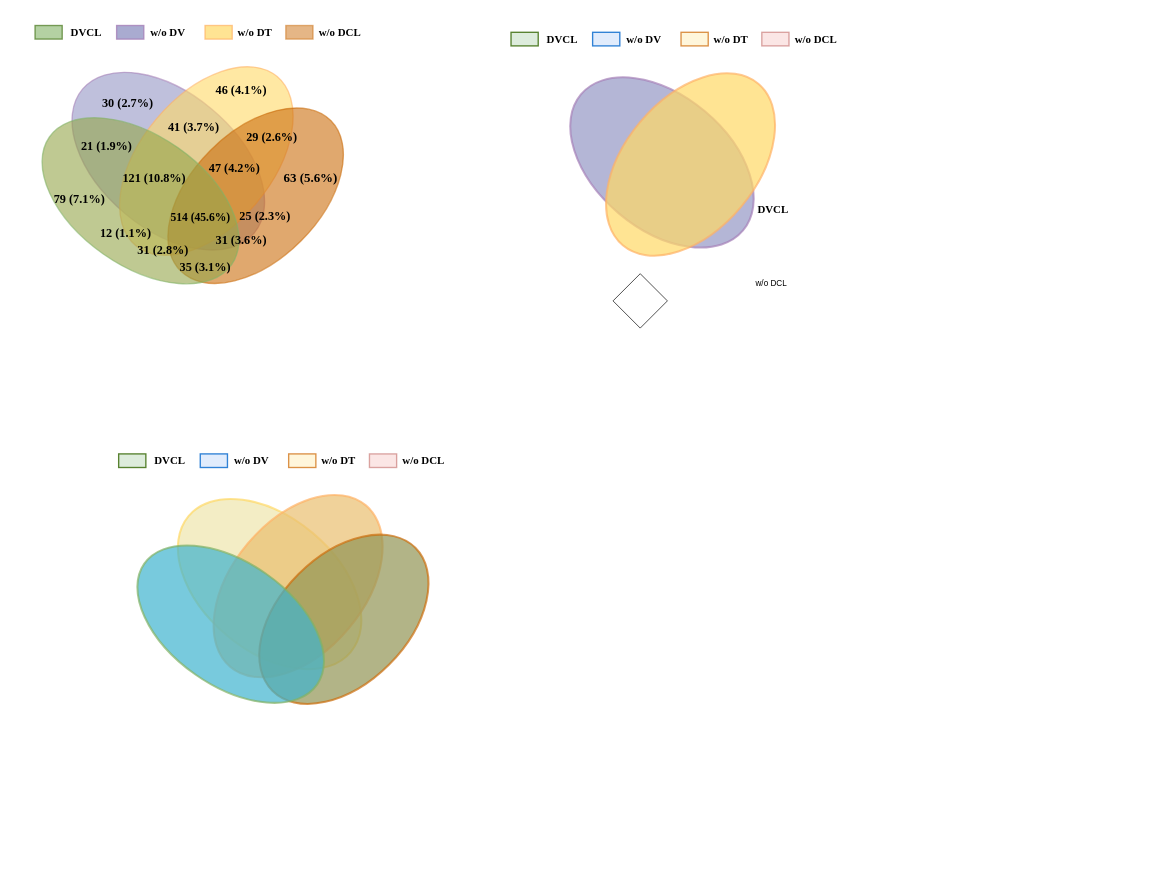
Above: 温特.drawio in yjq12/DeepKE (draw.io), before the change. Source tidied: cells renumbered, new cells numbered last; positions are measured from the earlier drawing's top-left corner, leaving out a move shared by most shapes. Both pictures are drawn from the tidied source at 68%, with x=0, y=0 at pixel (29, 22).
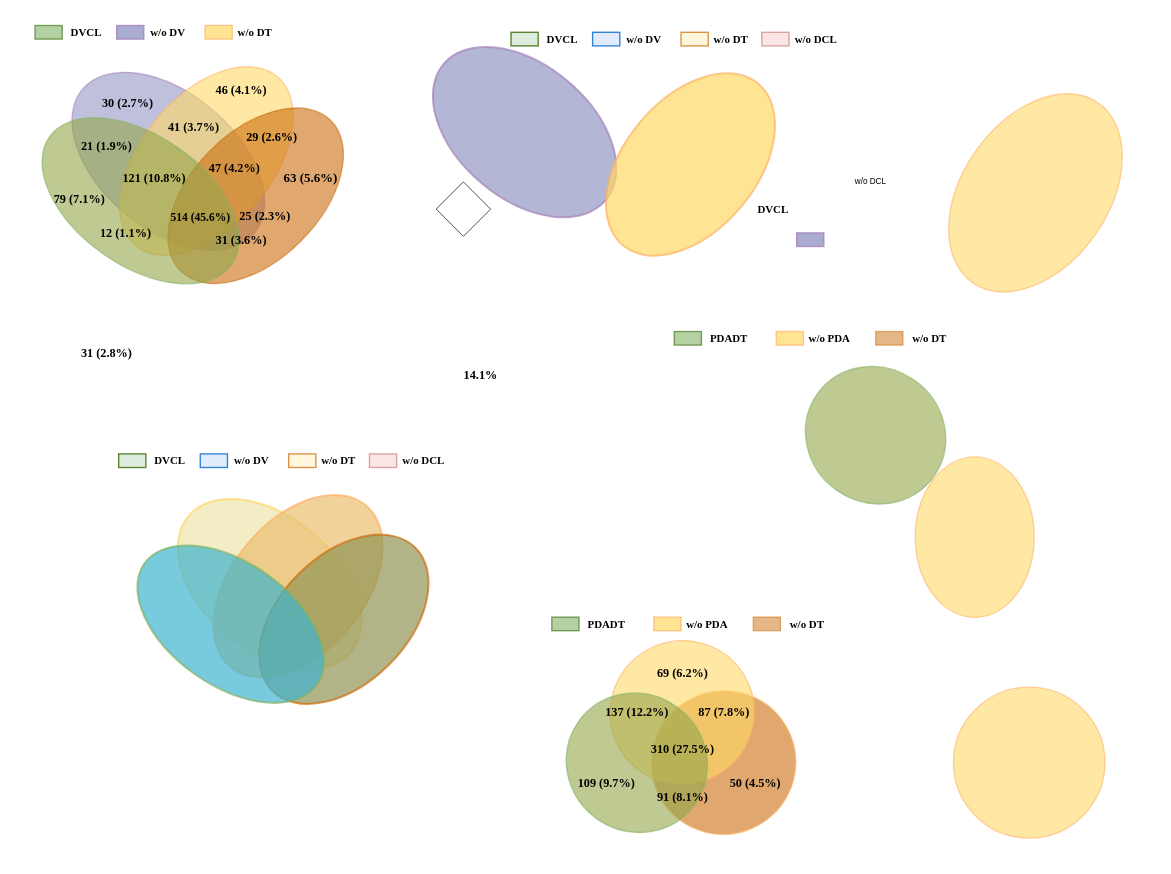
After the change.

The edit, as a diff of the source:
```diff
@@
+    <mxCell id="55" style="ellipse;whiteSpace=wrap;html=1;rotation=90;fillColor=#FFD966;strokeColor=#FFB366;opacity=60;strokeWidth=2;" parent="1" vertex="1">
+      <mxGeometry x="1359.1" y="977.6" width="221.9" height="222.8" as="geometry" />
+    </mxCell>
@@
     <mxCell id="7" style="ellipse;whiteSpace=wrap;html=1;rotation=40;fillColor=#9497C5;strokeColor=#A680B8;opacity=70;strokeWidth=3;" parent="1" vertex="1">
-      <mxGeometry x="774.4" y="108.2" width="311.2" height="196.4" as="geometry" />
+      <mxGeometry x="572.4" y="63.6" width="311.2" height="196.4" as="geometry" />
     </mxCell>
@@
     <mxCell id="30" value="w/o DCL" style="text;whiteSpace=wrap;html=1;" parent="1" vertex="1">
-      <mxGeometry x="1066" y="370" width="80" height="40" as="geometry" />
+      <mxGeometry x="1212" y="220" width="80" height="40" as="geometry" />
     </mxCell>
@@
-    <mxCell id="37" value="&lt;font size=&quot;1&quot; face=&quot;Times New Roman&quot;&gt;&lt;b style=&quot;font-size: 18px;&quot;&gt;35 (3.1%)&lt;/b&gt;&lt;/font&gt;" style="text;html=1;align=center;verticalAlign=middle;strokeColor=none;fillColor=none;" parent="1" vertex="1">
-      <mxGeometry x="208" y="341.4" width="100" height="40" as="geometry" />
-    </mxCell>
@@
     <mxCell id="44" value="&lt;font size=&quot;1&quot; face=&quot;Times New Roman&quot;&gt;&lt;b style=&quot;font-size: 18px;&quot;&gt;31 (2.8%)&lt;/b&gt;&lt;/font&gt;" style="text;html=1;align=center;verticalAlign=middle;strokeColor=none;fillColor=none;" parent="1" vertex="1">
-      <mxGeometry x="146" y="314.5" width="100" height="40" as="geometry" />
+      <mxGeometry x="63" y="467" width="100" height="40" as="geometry" />
     </mxCell>
@@
     <mxCell id="46" style="rhombus;whiteSpace=wrap;html=1;" parent="1" vertex="1">
-      <mxGeometry x="858" y="370" width="80" height="80" as="geometry" />
+      <mxGeometry x="598" y="235" width="80" height="80" as="geometry" />
     </mxCell>
@@
+    <mxCell id="56" style="ellipse;whiteSpace=wrap;html=1;rotation=90;fillColor=#FFD966;strokeColor=#FFB366;opacity=60;strokeWidth=2;" parent="1" vertex="1">
+      <mxGeometry x="1271.9" y="670" width="236.1" height="174.8" as="geometry" />
+    </mxCell>
+    <mxCell id="57" style="ellipse;whiteSpace=wrap;html=1;rotation=-235;fillColor=#FFD966;strokeColor=#FFB366;opacity=60;strokeWidth=2;" parent="1" vertex="1">
+      <mxGeometry x="1318" y="143.9" width="322.5" height="214.5" as="geometry" />
+    </mxCell>
+    <mxCell id="58" style="ellipse;whiteSpace=wrap;html=1;rotation=-210;fillColor=#CC6E0E;strokeColor=#FFB366;opacity=60;strokeWidth=2;" parent="1" vertex="1">
+      <mxGeometry x="914.5" y="983.8" width="212.5" height="210.4" as="geometry" />
+    </mxCell>
+    <mxCell id="59" style="rounded=0;whiteSpace=wrap;html=1;fillColor=#9497C5;strokeColor=#A680B8;opacity=80;strokeWidth=2;" parent="1" vertex="1">
+      <mxGeometry x="1128" y="310" width="40" height="20" as="geometry" />
+    </mxCell>
+    <mxCell id="60" value="&lt;font size=&quot;1&quot; face=&quot;Times New Roman&quot;&gt;&lt;b style=&quot;font-size: 18px;&quot;&gt;14.1%&lt;/b&gt;&lt;/font&gt;" style="text;html=1;align=center;verticalAlign=middle;strokeColor=none;fillColor=none;" parent="1" vertex="1">
+      <mxGeometry x="628" y="500" width="70" height="40" as="geometry" />
+    </mxCell>
+    <mxCell id="61" style="group;" parent="1" vertex="1">
+      <mxGeometry x="948" y="450" width="410" height="30" as="geometry" />
+    </mxCell>
-    <mxCell id="53" style="rounded=0;whiteSpace=wrap;html=1;fillColor=#CC6E0E;strokeColor=#CC6E0E;opacity=50;strokeWidth=2;" parent="1" vertex="1">
-      <mxGeometry x="376.8" y="5" width="40" height="20" as="geometry" />
+    <mxCell id="53" style="rounded=0;whiteSpace=wrap;html=1;fillColor=#CC6E0E;strokeColor=#CC6E0E;opacity=50;strokeWidth=2;" parent="61" vertex="1">
+      <mxGeometry x="296.3" y="5" width="40" height="20" as="geometry" />
     </mxCell>
-    <mxCell id="54" value="&lt;font face=&quot;Times New Roman&quot;&gt;&lt;span style=&quot;font-size: 16px;&quot;&gt;&lt;b&gt;w/o DCL&lt;/b&gt;&lt;/span&gt;&lt;/font&gt;" style="text;html=1;align=center;verticalAlign=middle;strokeColor=none;fillColor=none;" parent="1" vertex="1">
-      <mxGeometry x="410.5" width="90" height="30" as="geometry" />
+    <mxCell id="54" value="&lt;font face=&quot;Times New Roman&quot;&gt;&lt;span style=&quot;font-size: 16px;&quot;&gt;&lt;b&gt;w/o DT&lt;/b&gt;&lt;/span&gt;&lt;/font&gt;" style="text;html=1;align=center;verticalAlign=middle;strokeColor=none;fillColor=none;" parent="61" vertex="1">
+      <mxGeometry x="340" width="70" height="30" as="geometry" />
     </mxCell>
+    <mxCell id="62" style="rounded=0;whiteSpace=wrap;html=1;fillColor=#82B366;strokeColor=#336600;opacity=60;strokeWidth=2;" parent="61" vertex="1">
+      <mxGeometry y="5" width="40" height="20" as="geometry" />
+    </mxCell>
+    <mxCell id="63" value="&lt;font face=&quot;Times New Roman&quot;&gt;&lt;span style=&quot;font-size: 16px;&quot;&gt;&lt;b&gt;PDADT&lt;/b&gt;&lt;/span&gt;&lt;/font&gt;" style="text;html=1;align=center;verticalAlign=middle;strokeColor=none;fillColor=none;" parent="61" vertex="1">
+      <mxGeometry x="40" width="80" height="30" as="geometry" />
+    </mxCell>
+    <mxCell id="64" value="&lt;font face=&quot;Times New Roman&quot;&gt;&lt;span style=&quot;font-size: 16px;&quot;&gt;&lt;b&gt;w/o PDA&lt;/b&gt;&lt;/span&gt;&lt;/font&gt;" style="text;html=1;align=center;verticalAlign=middle;strokeColor=none;fillColor=none;" parent="61" vertex="1">
+      <mxGeometry x="187.5" width="80" height="30" as="geometry" />
+    </mxCell>
+    <mxCell id="65" style="rounded=0;whiteSpace=wrap;html=1;fillColor=#FFD966;strokeColor=#FFB366;opacity=70;strokeWidth=2;" parent="61" vertex="1">
+      <mxGeometry x="150" y="5" width="40" height="20" as="geometry" />
+    </mxCell>
+    <mxCell id="66" value="&lt;font face=&quot;Times New Roman&quot;&gt;&lt;span style=&quot;font-size: 18px;&quot;&gt;&lt;b&gt;50 (4.5%)&lt;/b&gt;&lt;/span&gt;&lt;/font&gt;" style="text;html=1;align=center;verticalAlign=middle;strokeColor=none;fillColor=none;" parent="1" vertex="1">
+      <mxGeometry x="1016.8" y="1100" width="100" height="40" as="geometry" />
+    </mxCell>
+    <mxCell id="67" style="ellipse;whiteSpace=wrap;html=1;rotation=35;fillColor=#95A54A;strokeColor=#82B366;opacity=60;strokeWidth=2;" parent="1" vertex="1">
+      <mxGeometry x="1139.1" y="508.5" width="210" height="198.1" as="geometry" />
+    </mxCell>
+    <mxCell id="68" style="ellipse;whiteSpace=wrap;html=1;rotation=-210;fillColor=#FFD966;strokeColor=#FFB366;opacity=60;strokeWidth=2;gradientColor=none;" parent="1" vertex="1">
+      <mxGeometry x="853.5" y="910" width="212.5" height="210.4" as="geometry" />
+    </mxCell>
+    <mxCell id="69" style="ellipse;whiteSpace=wrap;html=1;rotation=35;fillColor=#95A54A;strokeColor=#82B366;opacity=60;strokeWidth=2;" parent="1" vertex="1">
+      <mxGeometry x="788" y="988.1" width="210" height="202.3" as="geometry" />
+    </mxCell>
+    <mxCell id="70" style="group;" parent="1" vertex="1">
+      <mxGeometry x="768" y="870" width="410" height="30" as="geometry" />
+    </mxCell>
+    <mxCell id="71" style="rounded=0;whiteSpace=wrap;html=1;fillColor=#CC6E0E;strokeColor=#CC6E0E;opacity=50;strokeWidth=2;" parent="70" vertex="1">
+      <mxGeometry x="296.3" y="5" width="40" height="20" as="geometry" />
+    </mxCell>
+    <mxCell id="72" value="&lt;font face=&quot;Times New Roman&quot;&gt;&lt;span style=&quot;font-size: 16px;&quot;&gt;&lt;b&gt;w/o DT&lt;/b&gt;&lt;/span&gt;&lt;/font&gt;" style="text;html=1;align=center;verticalAlign=middle;strokeColor=none;fillColor=none;" parent="70" vertex="1">
+      <mxGeometry x="340" width="70" height="30" as="geometry" />
+    </mxCell>
+    <mxCell id="73" style="rounded=0;whiteSpace=wrap;html=1;fillColor=#82B366;strokeColor=#336600;opacity=60;strokeWidth=2;" parent="70" vertex="1">
+      <mxGeometry y="5" width="40" height="20" as="geometry" />
+    </mxCell>
+    <mxCell id="74" value="&lt;font face=&quot;Times New Roman&quot;&gt;&lt;span style=&quot;font-size: 16px;&quot;&gt;&lt;b&gt;PDADT&lt;/b&gt;&lt;/span&gt;&lt;/font&gt;" style="text;html=1;align=center;verticalAlign=middle;strokeColor=none;fillColor=none;" parent="70" vertex="1">
+      <mxGeometry x="40" width="80" height="30" as="geometry" />
+    </mxCell>
+    <mxCell id="75" value="&lt;font face=&quot;Times New Roman&quot;&gt;&lt;span style=&quot;font-size: 16px;&quot;&gt;&lt;b&gt;w/o PDA&lt;/b&gt;&lt;/span&gt;&lt;/font&gt;" style="text;html=1;align=center;verticalAlign=middle;strokeColor=none;fillColor=none;" parent="70" vertex="1">
+      <mxGeometry x="187.5" width="80" height="30" as="geometry" />
+    </mxCell>
+    <mxCell id="76" style="rounded=0;whiteSpace=wrap;html=1;fillColor=#FFD966;strokeColor=#FFB366;opacity=70;strokeWidth=2;" parent="70" vertex="1">
+      <mxGeometry x="150" y="5" width="40" height="20" as="geometry" />
+    </mxCell>
+    <mxCell id="77" value="&lt;font face=&quot;Times New Roman&quot;&gt;&lt;span style=&quot;font-size: 18px;&quot;&gt;&lt;b&gt;69 (6.2%)&lt;/b&gt;&lt;/span&gt;&lt;/font&gt;" style="text;html=1;align=center;verticalAlign=middle;strokeColor=none;fillColor=none;" parent="1" vertex="1">
+      <mxGeometry x="909.8" y="937.6" width="100" height="40" as="geometry" />
+    </mxCell>
+    <mxCell id="78" value="&lt;font face=&quot;Times New Roman&quot;&gt;&lt;span style=&quot;font-size: 18px;&quot;&gt;&lt;b&gt;137 (12.2%)&lt;/b&gt;&lt;/span&gt;&lt;/font&gt;" style="text;html=1;align=center;verticalAlign=middle;strokeColor=none;fillColor=none;" parent="1" vertex="1">
+      <mxGeometry x="833" y="995.2" width="120" height="40" as="geometry" />
+    </mxCell>
+    <mxCell id="37" value="&lt;font face=&quot;Times New Roman&quot;&gt;&lt;span style=&quot;font-size: 18px;&quot;&gt;&lt;b&gt;310 (27.5%)&lt;/b&gt;&lt;/span&gt;&lt;/font&gt;" style="text;html=1;align=center;verticalAlign=middle;strokeColor=none;fillColor=none;" parent="1" vertex="1">
+      <mxGeometry x="899.8" y="1050" width="120" height="40" as="geometry" />
+    </mxCell>
+    <mxCell id="79" value="&lt;font face=&quot;Times New Roman&quot;&gt;&lt;span style=&quot;font-size: 18px;&quot;&gt;&lt;b&gt;87 (7.8%)&lt;/b&gt;&lt;/span&gt;&lt;/font&gt;" style="text;html=1;align=center;verticalAlign=middle;strokeColor=none;fillColor=none;" parent="1" vertex="1">
+      <mxGeometry x="970.7" y="995.2" width="100" height="40" as="geometry" />
+    </mxCell>
+    <mxCell id="80" value="&lt;font face=&quot;Times New Roman&quot;&gt;&lt;span style=&quot;font-size: 18px;&quot;&gt;&lt;b&gt;91 (8.1%)&lt;/b&gt;&lt;/span&gt;&lt;/font&gt;" style="text;html=1;align=center;verticalAlign=middle;strokeColor=none;fillColor=none;" parent="1" vertex="1">
+      <mxGeometry x="909.8" y="1120" width="100" height="40" as="geometry" />
+    </mxCell>
+    <mxCell id="81" value="&lt;font face=&quot;Times New Roman&quot;&gt;&lt;span style=&quot;font-size: 18px;&quot;&gt;&lt;b&gt;109 (9.7%)&lt;/b&gt;&lt;/span&gt;&lt;/font&gt;" style="text;html=1;align=center;verticalAlign=middle;strokeColor=none;fillColor=none;" parent="1" vertex="1">
+      <mxGeometry x="793" y="1100" width="110" height="40" as="geometry" />
+    </mxCell>
```
